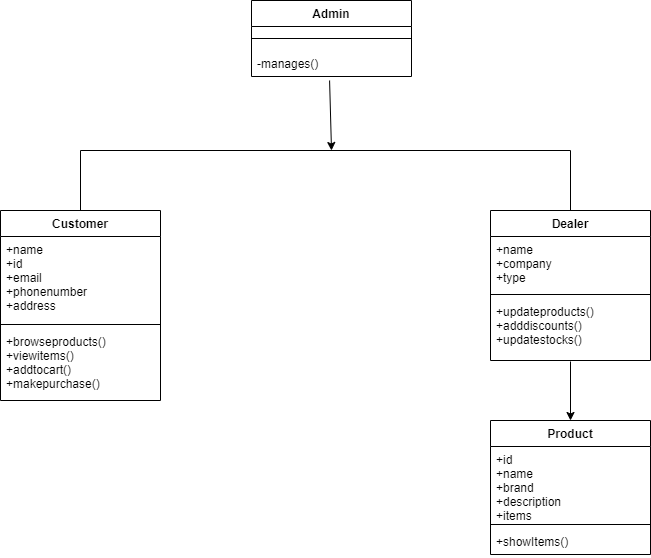
MuniswamiKokila/UST-prograd-training keeps this draw.io diagram as java-basics/03-12-2021/Online Shopping Portal/Class Diagram.drawio.png. Above is the earlier version. Source tidied: cells renumbered, new cells last; positions are measured from the earlier drawing's top-left corner, leaving out a move shared by most shapes.
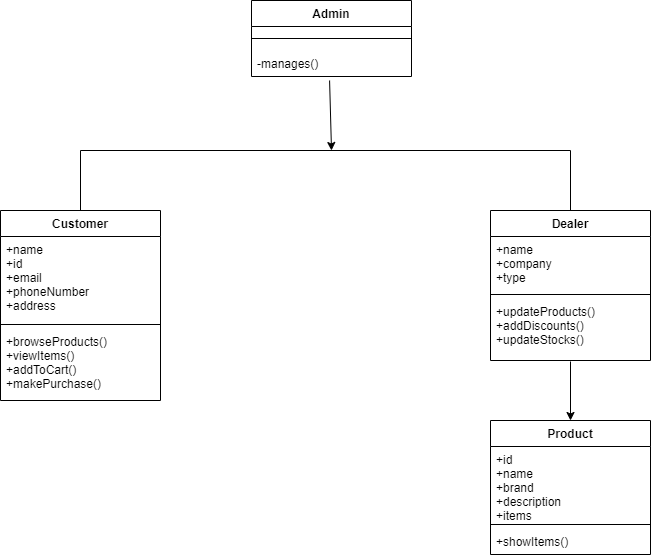
The same diagram one commit later.

What changed in the source:
```diff
@@ -14,13 +14,13 @@
     <mxCell id="5" value="Customer" style="swimlane;fontStyle=1;align=center;verticalAlign=top;horizontal=1;startSize=26;" parent="1" vertex="1">
       <mxGeometry y="210" width="160" height="190" as="geometry" />
     </mxCell>
-    <mxCell id="6" value="+name&#10;+id&#10;+email&#10;+phonenumber&#10;+address" style="text;strokeColor=none;fillColor=none;align=left;verticalAlign=top;spacingLeft=4;spacingRight=4;overflow=hidden;" parent="5" vertex="1">
+    <mxCell id="6" value="+name&#10;+id&#10;+email&#10;+phoneNumber&#10;+address" style="text;strokeColor=none;fillColor=none;align=left;verticalAlign=top;spacingLeft=4;spacingRight=4;overflow=hidden;" parent="5" vertex="1">
       <mxGeometry y="26" width="160" height="84" as="geometry" />
     </mxCell>
     <mxCell id="7" style="line;strokeWidth=1;fillColor=none;align=left;verticalAlign=middle;spacingTop=-1;spacingLeft=3;spacingRight=3;labelPosition=right;" parent="5" vertex="1">
       <mxGeometry y="110" width="160" height="8" as="geometry" />
     </mxCell>
-    <mxCell id="8" value="+browseproducts()&#10;+viewitems()&#10;+addtocart()&#10;+makepurchase()" style="text;strokeColor=none;fillColor=none;align=left;verticalAlign=top;spacingLeft=4;spacingRight=4;overflow=hidden;" parent="5" vertex="1">
+    <mxCell id="8" value="+browseProducts()&#10;+viewItems()&#10;+addToCart()&#10;+makePurchase()" style="text;strokeColor=none;fillColor=none;align=left;verticalAlign=top;spacingLeft=4;spacingRight=4;overflow=hidden;" parent="5" vertex="1">
       <mxGeometry y="118" width="160" height="72" as="geometry" />
     </mxCell>
     <mxCell id="9" value="Dealer" style="swimlane;fontStyle=1;align=center;verticalAlign=top;horizontal=1;startSize=26;" parent="1" vertex="1">
@@ -32,7 +32,7 @@
     <mxCell id="11" style="line;strokeWidth=1;fillColor=none;align=left;verticalAlign=middle;spacingTop=-1;spacingLeft=3;spacingRight=3;labelPosition=right;" parent="9" vertex="1">
       <mxGeometry y="80" width="160" height="8" as="geometry" />
     </mxCell>
-    <mxCell id="12" value="+updateproducts()&#10;+adddiscounts()&#10;+updatestocks()" style="text;strokeColor=none;fillColor=none;align=left;verticalAlign=top;spacingLeft=4;spacingRight=4;overflow=hidden;points=[[0,0.5],[1,0.5]];portConstraint=eastwest;" parent="9" vertex="1">
+    <mxCell id="12" value="+updateProducts()&#10;+addDiscounts()&#10;+updateStocks()" style="text;strokeColor=none;fillColor=none;align=left;verticalAlign=top;spacingLeft=4;spacingRight=4;overflow=hidden;points=[[0,0.5],[1,0.5]];portConstraint=eastwest;" parent="9" vertex="1">
       <mxGeometry y="88" width="160" height="62" as="geometry" />
     </mxCell>
     <mxCell id="13" value="Product" style="swimlane;fontStyle=1;align=center;verticalAlign=top;horizontal=1;startSize=26;" parent="1" vertex="1">
```
